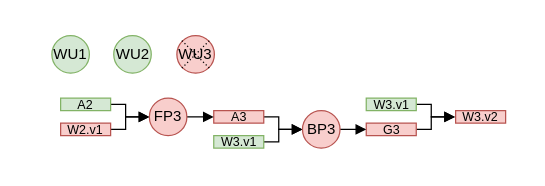
The draw.io diagram fig/recovery2.drawio in icszhr/NCheck, before the edit. Source tidied: cells renumbered, new cells numbered last; positions are measured from the earlier drawing's top-left corner, leaving out a move shared by most shapes. Both pictures are drawn from the tidied source at 125%, with x=0, y=0 at pixel (51, 35).
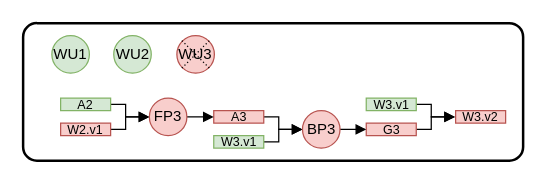
The same diagram, later.

Change to the diagram source:
```diff
@@
+    <mxCell id="24" style="rounded=1;whiteSpace=wrap;html=1;fillColor=none;arcSize=10;strokeWidth=2;" parent="1" vertex="1">
+      <mxGeometry x="-23" y="-10" width="400" height="110" as="geometry" />
+    </mxCell>
```
